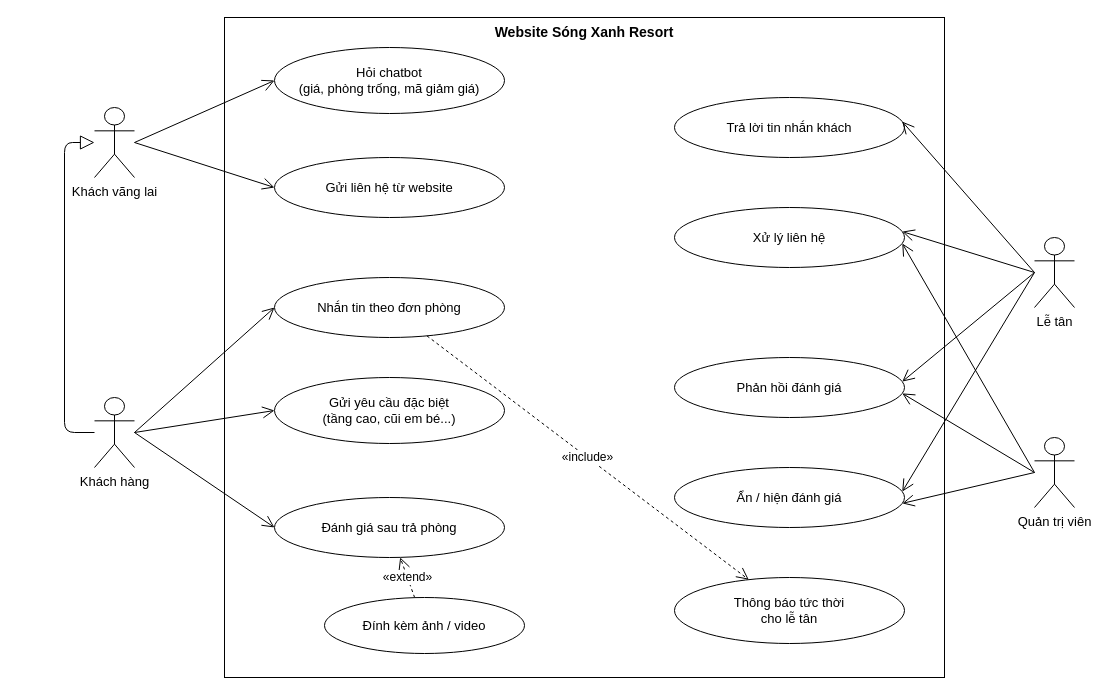
This is docs/use-case/uc8-cham-soc-khach.drawio from ngynquchn2511/beach-hotel, a draw.io file, before an edit. Source tidied: cells renumbered, new cells numbered last; positions are measured from the earlier drawing's top-left corner, leaving out a move shared by most shapes. Both pictures are drawn from the tidied source at 100%, with x=0, y=0 at pixel (64, 17).
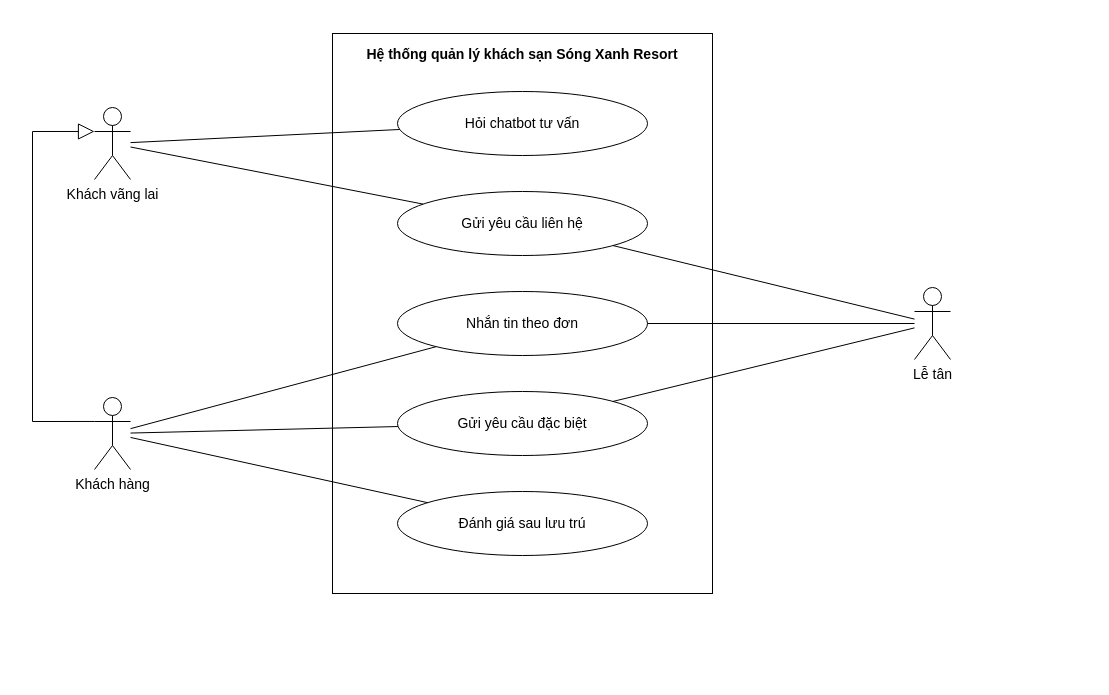
The same page after the edit.

Diff of the diagram source:
```diff
@@
-<mxGraphModel>
+<mxGraphModel background="#FFFFFF">
@@
-    <mxCell id="2" value="Website Sóng Xanh Resort" style="rounded=0;whiteSpace=wrap;html=1;verticalAlign=top;fontStyle=1;fontSize=14;fillColor=none;strokeColor=#000000;" parent="1" vertex="1">
-      <mxGeometry x="160" width="720" height="660" as="geometry" />
-    </mxCell>
+    <mxCell id="33" value="Hệ thống quản lý khách sạn Sóng Xanh Resort" style="fontFamily=Arial;fontColor=#000000;rounded=0;whiteSpace=wrap;html=1;verticalAlign=top;fontStyle=1;fontSize=14;fillColor=none;strokeColor=#000000;spacingTop=6;" parent="1" vertex="1">
+      <mxGeometry x="268" y="16" width="380" height="560" as="geometry" />
+    </mxCell>
+    <mxCell id="34" value="Hỏi chatbot tư vấn" style="fontFamily=Arial;fontColor=#000000;ellipse;whiteSpace=wrap;html=1;fillColor=#FFFFFF;strokeColor=#000000;fontSize=14;" parent="1" vertex="1">
+      <mxGeometry x="333" y="74" width="250" height="64" as="geometry" />
+    </mxCell>
+    <mxCell id="35" value="Gửi yêu cầu liên hệ" style="fontFamily=Arial;fontColor=#000000;ellipse;whiteSpace=wrap;html=1;fillColor=#FFFFFF;strokeColor=#000000;fontSize=14;" parent="1" vertex="1">
+      <mxGeometry x="333" y="174" width="250" height="64" as="geometry" />
+    </mxCell>
+    <mxCell id="36" value="Nhắn tin theo đơn" style="fontFamily=Arial;fontColor=#000000;ellipse;whiteSpace=wrap;html=1;fillColor=#FFFFFF;strokeColor=#000000;fontSize=14;" parent="1" vertex="1">
+      <mxGeometry x="333" y="274" width="250" height="64" as="geometry" />
+    </mxCell>
+    <mxCell id="37" value="Gửi yêu cầu đặc biệt" style="fontFamily=Arial;fontColor=#000000;ellipse;whiteSpace=wrap;html=1;fillColor=#FFFFFF;strokeColor=#000000;fontSize=14;" parent="1" vertex="1">
+      <mxGeometry x="333" y="374" width="250" height="64" as="geometry" />
+    </mxCell>
+    <mxCell id="38" value="Đánh giá sau lưu trú" style="fontFamily=Arial;fontColor=#000000;ellipse;whiteSpace=wrap;html=1;fillColor=#FFFFFF;strokeColor=#000000;fontSize=14;" parent="1" vertex="1">
+      <mxGeometry x="333" y="474" width="250" height="64" as="geometry" />
+    </mxCell>
-    <mxCell id="3" value="Khách vãng lai" style="shape=umlActor;verticalLabelPosition=bottom;verticalAlign=top;html=1;outlineConnect=0;fillColor=#FFFFFF;strokeColor=#000000;fontSize=13;" parent="1" vertex="1">
-      <mxGeometry x="30" y="90" width="40" height="70" as="geometry" />
+    <mxCell id="3" value="Khách vãng lai" style="fontFamily=Arial;fontColor=#000000;shape=umlActor;verticalLabelPosition=bottom;verticalAlign=top;html=1;outlineConnect=0;fillColor=#FFFFFF;strokeColor=#000000;fontSize=14;" parent="1" vertex="1">
+      <mxGeometry x="30" y="90" width="36" height="72" as="geometry" />
     </mxCell>
-    <mxCell id="4" value="Khách hàng" style="shape=umlActor;verticalLabelPosition=bottom;verticalAlign=top;html=1;outlineConnect=0;fillColor=#FFFFFF;strokeColor=#000000;fontSize=13;" parent="1" vertex="1">
-      <mxGeometry x="30" y="380" width="40" height="70" as="geometry" />
+    <mxCell id="4" value="Khách hàng" style="fontFamily=Arial;fontColor=#000000;shape=umlActor;verticalLabelPosition=bottom;verticalAlign=top;html=1;outlineConnect=0;fillColor=#FFFFFF;strokeColor=#000000;fontSize=14;" parent="1" vertex="1">
+      <mxGeometry x="30" y="380" width="36" height="72" as="geometry" />
     </mxCell>
-    <mxCell id="5" value="Lễ tân" style="shape=umlActor;verticalLabelPosition=bottom;verticalAlign=top;html=1;outlineConnect=0;fillColor=#FFFFFF;strokeColor=#000000;fontSize=13;" parent="1" vertex="1">
-      <mxGeometry x="970" y="220" width="40" height="70" as="geometry" />
+    <mxCell id="5" value="Lễ tân" style="fontFamily=Arial;fontColor=#000000;shape=umlActor;verticalLabelPosition=bottom;verticalAlign=top;html=1;outlineConnect=0;fillColor=#FFFFFF;strokeColor=#000000;fontSize=14;" parent="1" vertex="1">
+      <mxGeometry x="850" y="270" width="36" height="72" as="geometry" />
     </mxCell>
-    <mxCell id="6" value="Quản trị viên" style="shape=umlActor;verticalLabelPosition=bottom;verticalAlign=top;html=1;outlineConnect=0;fillColor=#FFFFFF;strokeColor=#000000;fontSize=13;" parent="1" vertex="1">
-      <mxGeometry x="970" y="420" width="40" height="70" as="geometry" />
-    </mxCell>
+    <mxCell id="39" style="fontFamily=Arial;fontColor=#000000;endArrow=none;html=1;strokeColor=#000000;rounded=0;" parent="1" edge="1" source="3" target="34">
+      <mxGeometry relative="1" as="geometry" />
+    </mxCell>
+    <mxCell id="40" style="fontFamily=Arial;fontColor=#000000;endArrow=none;html=1;strokeColor=#000000;rounded=0;" parent="1" edge="1" source="3" target="35">
+      <mxGeometry relative="1" as="geometry" />
+    </mxCell>
+    <mxCell id="41" style="fontFamily=Arial;fontColor=#000000;endArrow=none;html=1;strokeColor=#000000;rounded=0;" parent="1" edge="1" source="4" target="36">
+      <mxGeometry relative="1" as="geometry" />
+    </mxCell>
+    <mxCell id="42" style="fontFamily=Arial;fontColor=#000000;endArrow=none;html=1;strokeColor=#000000;rounded=0;" parent="1" edge="1" source="4" target="37">
+      <mxGeometry relative="1" as="geometry" />
+    </mxCell>
+    <mxCell id="43" style="fontFamily=Arial;fontColor=#000000;endArrow=none;html=1;strokeColor=#000000;rounded=0;" parent="1" edge="1" source="4" target="38">
+      <mxGeometry relative="1" as="geometry" />
+    </mxCell>
+    <mxCell id="44" style="fontFamily=Arial;fontColor=#000000;endArrow=none;html=1;strokeColor=#000000;rounded=0;" parent="1" edge="1" source="5" target="35">
+      <mxGeometry relative="1" as="geometry" />
+    </mxCell>
+    <mxCell id="45" style="fontFamily=Arial;fontColor=#000000;endArrow=none;html=1;strokeColor=#000000;rounded=0;" parent="1" edge="1" source="5" target="36">
+      <mxGeometry relative="1" as="geometry" />
+    </mxCell>
+    <mxCell id="46" style="fontFamily=Arial;fontColor=#000000;endArrow=none;html=1;strokeColor=#000000;rounded=0;" parent="1" edge="1" source="5" target="37">
+      <mxGeometry relative="1" as="geometry" />
+    </mxCell>
-    <mxCell id="7" style="endArrow=block;endFill=0;endSize=12;html=1;strokeColor=#000000;exitX=0;exitY=0.5;exitDx=0;exitDy=0;entryX=0;entryY=0.5;entryDx=0;entryDy=0;" parent="1" edge="1" source="4" target="3">
+    <mxCell id="7" style="fontFamily=Arial;fontColor=#000000;endArrow=block;endSize=14;endFill=0;html=1;strokeColor=#000000;rounded=0;exitX=0;exitY=0.333;exitDx=0;exitDy=0;exitPerimeter=0;entryX=0;entryY=0.333;entryDx=0;entryDy=0;entryPerimeter=0;" parent="1" edge="1" source="4" target="3">
       <mxGeometry relative="1" as="geometry">
         <Array as="points">
-          <mxPoint y="415" />
-          <mxPoint y="125" />
+          <mxPoint x="-32" y="404" />
+          <mxPoint x="-32" y="114" />
         </Array>
       </mxGeometry>
     </mxCell>
-    <mxCell id="8" value="Hỏi chatbot&lt;br&gt;(giá, phòng trống, mã giảm giá)" style="ellipse;whiteSpace=wrap;html=1;fillColor=#FFFFFF;strokeColor=#000000;fontSize=13;" parent="1" vertex="1">
-      <mxGeometry x="210" y="30" width="230" height="66" as="geometry" />
-    </mxCell>
-    <mxCell id="9" value="Gửi liên hệ từ website" style="ellipse;whiteSpace=wrap;html=1;fillColor=#FFFFFF;strokeColor=#000000;fontSize=13;" parent="1" vertex="1">
-      <mxGeometry x="210" y="140" width="230" height="60" as="geometry" />
-    </mxCell>
-    <mxCell id="10" value="Nhắn tin theo đơn phòng" style="ellipse;whiteSpace=wrap;html=1;fillColor=#FFFFFF;strokeColor=#000000;fontSize=13;" parent="1" vertex="1">
-      <mxGeometry x="210" y="260" width="230" height="60" as="geometry" />
-    </mxCell>
-    <mxCell id="11" value="Gửi yêu cầu đặc biệt&lt;br&gt;(tầng cao, cũi em bé...)" style="ellipse;whiteSpace=wrap;html=1;fillColor=#FFFFFF;strokeColor=#000000;fontSize=13;" parent="1" vertex="1">
-      <mxGeometry x="210" y="360" width="230" height="66" as="geometry" />
-    </mxCell>
-    <mxCell id="12" value="Đánh giá sau trả phòng" style="ellipse;whiteSpace=wrap;html=1;fillColor=#FFFFFF;strokeColor=#000000;fontSize=13;" parent="1" vertex="1">
-      <mxGeometry x="210" y="480" width="230" height="60" as="geometry" />
-    </mxCell>
-    <mxCell id="13" value="Đính kèm ảnh / video" style="ellipse;whiteSpace=wrap;html=1;fillColor=#FFFFFF;strokeColor=#000000;fontSize=13;" parent="1" vertex="1">
-      <mxGeometry x="260" y="580" width="200" height="56" as="geometry" />
-    </mxCell>
-    <mxCell id="14" value="Trả lời tin nhắn khách" style="ellipse;whiteSpace=wrap;html=1;fillColor=#FFFFFF;strokeColor=#000000;fontSize=13;" parent="1" vertex="1">
-      <mxGeometry x="610" y="80" width="230" height="60" as="geometry" />
-    </mxCell>
-    <mxCell id="15" value="Xử lý liên hệ" style="ellipse;whiteSpace=wrap;html=1;fillColor=#FFFFFF;strokeColor=#000000;fontSize=13;" parent="1" vertex="1">
-      <mxGeometry x="610" y="190" width="230" height="60" as="geometry" />
-    </mxCell>
-    <mxCell id="16" value="Phản hồi đánh giá" style="ellipse;whiteSpace=wrap;html=1;fillColor=#FFFFFF;strokeColor=#000000;fontSize=13;" parent="1" vertex="1">
-      <mxGeometry x="610" y="340" width="230" height="60" as="geometry" />
-    </mxCell>
-    <mxCell id="17" value="Ẩn / hiện đánh giá" style="ellipse;whiteSpace=wrap;html=1;fillColor=#FFFFFF;strokeColor=#000000;fontSize=13;" parent="1" vertex="1">
-      <mxGeometry x="610" y="450" width="230" height="60" as="geometry" />
-    </mxCell>
-    <mxCell id="18" value="Thông báo tức thời&lt;br&gt;cho lễ tân" style="ellipse;whiteSpace=wrap;html=1;fillColor=#FFFFFF;strokeColor=#000000;fontSize=13;" parent="1" vertex="1">
-      <mxGeometry x="610" y="560" width="230" height="66" as="geometry" />
-    </mxCell>
-    <mxCell id="19" style="endArrow=open;endSize=10;html=1;strokeColor=#000000;entryX=0;entryY=0.5;entryDx=0;entryDy=0;exitX=1;exitY=0.5;exitPerimeter=0;" parent="1" edge="1" source="3" target="8">
-      <mxGeometry relative="1" as="geometry" />
-    </mxCell>
-    <mxCell id="20" style="endArrow=open;endSize=10;html=1;strokeColor=#000000;entryX=0;entryY=0.5;entryDx=0;entryDy=0;exitX=1;exitY=0.5;exitPerimeter=0;" parent="1" edge="1" source="3" target="9">
-      <mxGeometry relative="1" as="geometry" />
-    </mxCell>
-    <mxCell id="21" style="endArrow=open;endSize=10;html=1;strokeColor=#000000;entryX=0;entryY=0.5;entryDx=0;entryDy=0;exitX=1;exitY=0.5;exitPerimeter=0;" parent="1" edge="1" source="4" target="10">
-      <mxGeometry relative="1" as="geometry" />
-    </mxCell>
-    <mxCell id="22" style="endArrow=open;endSize=10;html=1;strokeColor=#000000;entryX=0;entryY=0.5;entryDx=0;entryDy=0;exitX=1;exitY=0.5;exitPerimeter=0;" parent="1" edge="1" source="4" target="11">
-      <mxGeometry relative="1" as="geometry" />
-    </mxCell>
-    <mxCell id="23" style="endArrow=open;endSize=10;html=1;strokeColor=#000000;entryX=0;entryY=0.5;entryDx=0;entryDy=0;exitX=1;exitY=0.5;exitPerimeter=0;" parent="1" edge="1" source="4" target="12">
-      <mxGeometry relative="1" as="geometry" />
-    </mxCell>
-    <mxCell id="24" style="endArrow=open;endSize=10;html=1;strokeColor=#000000;entryX=1;entryY=0.4;entryDx=0;entryDy=0;exitX=0;exitY=0.5;exitPerimeter=0;" parent="1" edge="1" source="5" target="14">
-      <mxGeometry relative="1" as="geometry" />
-    </mxCell>
-    <mxCell id="25" style="endArrow=open;endSize=10;html=1;strokeColor=#000000;entryX=1;entryY=0.4;entryDx=0;entryDy=0;exitX=0;exitY=0.5;exitPerimeter=0;" parent="1" edge="1" source="5" target="15">
-      <mxGeometry relative="1" as="geometry" />
-    </mxCell>
-    <mxCell id="26" style="endArrow=open;endSize=10;html=1;strokeColor=#000000;entryX=1;entryY=0.4;entryDx=0;entryDy=0;exitX=0;exitY=0.5;exitPerimeter=0;" parent="1" edge="1" source="5" target="16">
-      <mxGeometry relative="1" as="geometry" />
-    </mxCell>
-    <mxCell id="27" style="endArrow=open;endSize=10;html=1;strokeColor=#000000;entryX=1;entryY=0.4;entryDx=0;entryDy=0;exitX=0;exitY=0.5;exitPerimeter=0;" parent="1" edge="1" source="5" target="17">
-      <mxGeometry relative="1" as="geometry" />
-    </mxCell>
-    <mxCell id="28" style="endArrow=open;endSize=10;html=1;strokeColor=#000000;entryX=1;entryY=0.6;entryDx=0;entryDy=0;exitX=0;exitY=0.5;exitPerimeter=0;" parent="1" edge="1" source="6" target="16">
-      <mxGeometry relative="1" as="geometry" />
-    </mxCell>
-    <mxCell id="29" style="endArrow=open;endSize=10;html=1;strokeColor=#000000;entryX=1;entryY=0.6;entryDx=0;entryDy=0;exitX=0;exitY=0.5;exitPerimeter=0;" parent="1" edge="1" source="6" target="17">
-      <mxGeometry relative="1" as="geometry" />
-    </mxCell>
-    <mxCell id="30" style="endArrow=open;endSize=10;html=1;strokeColor=#000000;entryX=1;entryY=0.6;entryDx=0;entryDy=0;exitX=0;exitY=0.5;exitPerimeter=0;" parent="1" edge="1" source="6" target="15">
-      <mxGeometry relative="1" as="geometry" />
-    </mxCell>
-    <mxCell id="31" value="«extend»" style="endArrow=open;endSize=10;dashed=1;html=1;strokeColor=#000000;fontSize=12;labelBackgroundColor=#FFFFFF;" parent="1" edge="1" source="13" target="12">
-      <mxGeometry relative="1" as="geometry" />
-    </mxCell>
-    <mxCell id="32" value="«include»" style="endArrow=open;endSize=10;dashed=1;html=1;strokeColor=#000000;fontSize=12;labelBackgroundColor=#FFFFFF;" parent="1" edge="1" source="10" target="18">
-      <mxGeometry relative="1" as="geometry" />
-    </mxCell>
```
